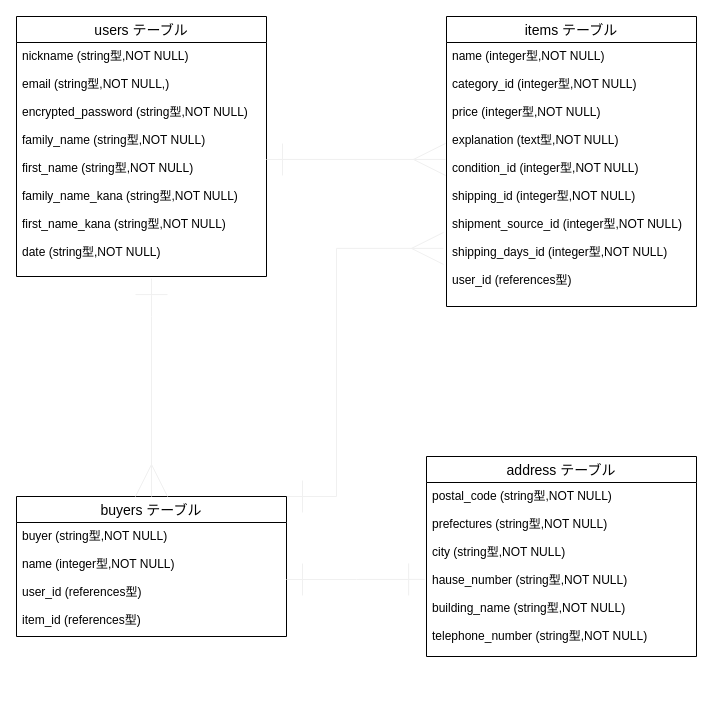
Earlier version of the draw.io diagram test.dio (tbs1117/furima-36412). Source tidied: cells renumbered, new cells numbered last; positions are measured from the earlier drawing's top-left corner, leaving out a move shared by most shapes. Both pictures are drawn from the tidied source at 100%, with x=0, y=0 at pixel (16, 16).
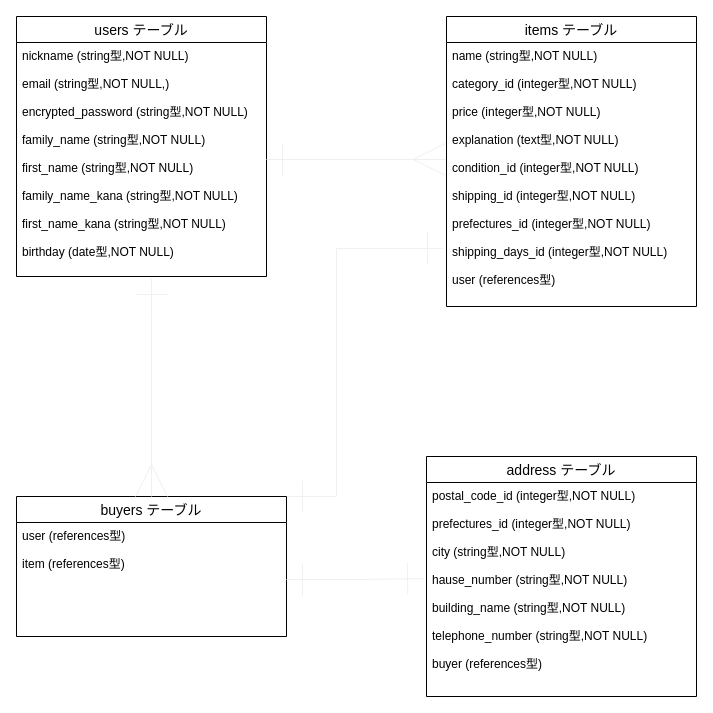
Above is the later version.

Commit message (it also covers changes not shown here):
データベースの修正③

Diff of the diagram source:
```diff
@@
 <mxGraphModel>
   <root>
     <mxCell id="0" />
     <mxCell id="1" parent="0" />
     <mxCell id="2" value="users テーブル" style="swimlane;fontStyle=0;horizontal=1;startSize=26;align=center;fontSize=14;" parent="1" vertex="1">
       <mxGeometry width="250" height="260" as="geometry" />
     </mxCell>
-    <mxCell id="3" value="nickname (string型,NOT NULL)&#10;&#10;email (string型,NOT NULL,)&#10;&#10;encrypted_password (string型,NOT NULL)&#10;&#10;family_name (string型,NOT NULL)&#10;&#10;first_name (string型,NOT NULL)&#10;&#10;family_name_kana (string型,NOT NULL)&#10;&#10;first_name_kana (string型,NOT NULL)&#10;&#10;date (string型,NOT NULL)" style="text;strokeColor=none;fillColor=none;spacingLeft=4;spacingRight=4;overflow=hidden;points=[[0,0.5],[1,0.5]];portConstraint=eastwest;fontSize=12;" parent="2" vertex="1">
+    <mxCell id="3" value="nickname (string型,NOT NULL)&#10;&#10;email (string型,NOT NULL,)&#10;&#10;encrypted_password (string型,NOT NULL)&#10;&#10;family_name (string型,NOT NULL)&#10;&#10;first_name (string型,NOT NULL)&#10;&#10;family_name_kana (string型,NOT NULL)&#10;&#10;first_name_kana (string型,NOT NULL)&#10;&#10;birthday (date型,NOT NULL)" style="text;strokeColor=none;fillColor=none;spacingLeft=4;spacingRight=4;overflow=hidden;points=[[0,0.5],[1,0.5]];portConstraint=eastwest;fontSize=12;" parent="2" vertex="1">
       <mxGeometry y="26" width="250" height="234" as="geometry" />
     </mxCell>
     <mxCell id="4" value="items テーブル" style="swimlane;fontStyle=0;horizontal=1;startSize=26;align=center;fontSize=14;" parent="1" vertex="1">
       <mxGeometry x="430" width="250" height="290" as="geometry" />
     </mxCell>
-    <mxCell id="5" value="name (integer型,NOT NULL)&#10;&#10;category_id (integer型,NOT NULL)&#10;&#10;price (integer型,NOT NULL)&#10;&#10;explanation (text型,NOT NULL)&#10;&#10;condition_id (integer型,NOT NULL)&#10;&#10;shipping_id (integer型,NOT NULL)&#10;&#10;shipment_source_id (integer型,NOT NULL)&#10;&#10;shipping_days_id (integer型,NOT NULL)&#10;&#10;user_id (references型)" style="text;strokeColor=none;fillColor=none;spacingLeft=4;spacingRight=4;overflow=hidden;points=[[0,0.5],[1,0.5]];portConstraint=eastwest;fontSize=12;" parent="4" vertex="1">
+    <mxCell id="5" value="name (string型,NOT NULL)&#10;&#10;category_id (integer型,NOT NULL)&#10;&#10;price (integer型,NOT NULL)&#10;&#10;explanation (text型,NOT NULL)&#10;&#10;condition_id (integer型,NOT NULL)&#10;&#10;shipping_id (integer型,NOT NULL)&#10;&#10;prefectures_id (integer型,NOT NULL)&#10;&#10;shipping_days_id (integer型,NOT NULL)&#10;&#10;user (references型)" style="text;strokeColor=none;fillColor=none;spacingLeft=4;spacingRight=4;overflow=hidden;points=[[0,0.5],[1,0.5]];portConstraint=eastwest;fontSize=12;" parent="4" vertex="1">
       <mxGeometry y="26" width="250" height="264" as="geometry" />
     </mxCell>
-    <mxCell id="6" style="edgeStyle=orthogonalEdgeStyle;rounded=0;jumpSize=16;jettySize=auto;html=1;exitX=1;exitY=0;exitDx=0;exitDy=0;startArrow=ERone;startFill=0;endArrow=ERmany;endFill=0;startSize=30;endSize=30;sourcePerimeterSpacing=0;targetPerimeterSpacing=0;strokeColor=#F0F0F0;strokeWidth=1;entryX=-0.012;entryY=0.78;entryDx=0;entryDy=0;entryPerimeter=0;" parent="1" edge="1" source="7" target="5">
+    <mxCell id="6" style="edgeStyle=orthogonalEdgeStyle;rounded=0;jumpSize=16;jettySize=auto;html=1;exitX=1;exitY=0;exitDx=0;exitDy=0;startArrow=ERone;startFill=0;endArrow=ERone;endFill=0;startSize=30;endSize=30;sourcePerimeterSpacing=0;targetPerimeterSpacing=0;strokeColor=#F0F0F0;strokeWidth=1;entryX=-0.012;entryY=0.78;entryDx=0;entryDy=0;entryPerimeter=0;" parent="1" edge="1" source="7" target="5">
       <mxGeometry relative="1" as="geometry">
         <Array as="points">
           <mxPoint x="320" y="480" />
           <mxPoint x="320" y="232" />
         </Array>
       </mxGeometry>
     </mxCell>
     <mxCell id="7" value="buyers テーブル" style="swimlane;fontStyle=0;horizontal=1;startSize=26;align=center;fontSize=14;" parent="1" vertex="1">
       <mxGeometry y="480" width="270" height="140" as="geometry" />
     </mxCell>
-    <mxCell id="8" value="buyer (string型,NOT NULL)&#10;&#10;name (integer型,NOT NULL)&#10;&#10;user_id (references型)&#10;&#10;item_id (references型)&#10;&#10;" style="text;strokeColor=none;fillColor=none;spacingLeft=4;spacingRight=4;overflow=hidden;points=[[0,0.5],[1,0.5]];portConstraint=eastwest;fontSize=12;" parent="7" vertex="1">
+    <mxCell id="8" value="user (references型)&#10;&#10;item (references型)&#10;&#10;" style="text;strokeColor=none;fillColor=none;spacingLeft=4;spacingRight=4;overflow=hidden;points=[[0,0.5],[1,0.5]];portConstraint=eastwest;fontSize=12;" parent="7" vertex="1">
       <mxGeometry y="26" width="270" height="114" as="geometry" />
     </mxCell>
     <mxCell id="9" value="address テーブル" style="swimlane;fontStyle=0;horizontal=1;startSize=26;align=center;fontSize=14;" parent="1" vertex="1">
-      <mxGeometry x="410" y="440" width="270" height="200" as="geometry" />
+      <mxGeometry x="410" y="440" width="270" height="240" as="geometry" />
     </mxCell>
-    <mxCell id="10" value="postal_code (string型,NOT NULL)&#10;&#10;prefectures (string型,NOT NULL)&#10;&#10;city (string型,NOT NULL)&#10;&#10;hause_number (string型,NOT NULL)&#10;&#10;building_name (string型,NOT NULL)&#10;&#10;telephone_number (string型,NOT NULL)" style="text;strokeColor=none;fillColor=none;spacingLeft=4;spacingRight=4;overflow=hidden;points=[[0,0.5],[1,0.5]];portConstraint=eastwest;fontSize=12;" parent="9" vertex="1">
-      <mxGeometry y="26" width="270" height="174" as="geometry" />
+    <mxCell id="10" value="postal_code_id (integer型,NOT NULL)&#10;&#10;prefectures_id (integer型,NOT NULL)&#10;&#10;city (string型,NOT NULL)&#10;&#10;hause_number (string型,NOT NULL)&#10;&#10;building_name (string型,NOT NULL)&#10;&#10;telephone_number (string型,NOT NULL)&#10;&#10;buyer (references型)" style="text;strokeColor=none;fillColor=none;spacingLeft=4;spacingRight=4;overflow=hidden;points=[[0,0.5],[1,0.5]];portConstraint=eastwest;fontSize=12;" parent="9" vertex="1">
+      <mxGeometry y="26" width="270" height="214" as="geometry" />
     </mxCell>
     <mxCell id="11" style="edgeStyle=orthogonalEdgeStyle;rounded=0;jumpSize=16;jettySize=auto;html=1;exitX=1;exitY=0.5;exitDx=0;exitDy=0;entryX=-0.004;entryY=0.443;entryDx=0;entryDy=0;entryPerimeter=0;startArrow=ERone;startFill=0;endArrow=ERmany;endFill=0;startSize=30;endSize=30;sourcePerimeterSpacing=0;targetPerimeterSpacing=0;strokeColor=#F0F0F0;strokeWidth=1;" parent="1" edge="1" source="3" target="5">
       <mxGeometry relative="1" as="geometry" />
     </mxCell>
     <mxCell id="12" style="edgeStyle=orthogonalEdgeStyle;rounded=0;jumpSize=16;jettySize=auto;html=1;entryX=0.5;entryY=0;entryDx=0;entryDy=0;startArrow=ERone;startFill=0;endArrow=ERmany;endFill=0;startSize=30;endSize=30;sourcePerimeterSpacing=0;targetPerimeterSpacing=0;strokeColor=#F0F0F0;strokeWidth=1;exitX=0.54;exitY=1.009;exitDx=0;exitDy=0;exitPerimeter=0;" parent="1" edge="1" source="3" target="7">
       <mxGeometry relative="1" as="geometry">
         <Array as="points">
           <mxPoint x="135" y="300" />
           <mxPoint x="135" y="300" />
         </Array>
       </mxGeometry>
     </mxCell>
-    <mxCell id="13" style="edgeStyle=orthogonalEdgeStyle;rounded=0;jumpSize=16;jettySize=auto;html=1;exitX=1;exitY=0.5;exitDx=0;exitDy=0;entryX=-0.007;entryY=0.557;entryDx=0;entryDy=0;entryPerimeter=0;startArrow=ERone;startFill=0;endArrow=ERone;endFill=0;startSize=30;endSize=30;sourcePerimeterSpacing=0;targetPerimeterSpacing=0;strokeColor=#F0F0F0;strokeWidth=1;" parent="1" edge="1" source="8" target="10">
+    <mxCell id="13" style="edgeStyle=orthogonalEdgeStyle;rounded=0;jumpSize=16;jettySize=auto;html=1;exitX=1;exitY=0.5;exitDx=0;exitDy=0;entryX=-0.011;entryY=0.449;entryDx=0;entryDy=0;entryPerimeter=0;startArrow=ERone;startFill=0;endArrow=ERone;endFill=0;startSize=30;endSize=30;sourcePerimeterSpacing=0;targetPerimeterSpacing=0;strokeColor=#F0F0F0;strokeWidth=1;" parent="1" edge="1" source="8" target="10">
       <mxGeometry relative="1" as="geometry" />
     </mxCell>
   </root>
 </mxGraphModel>
```
